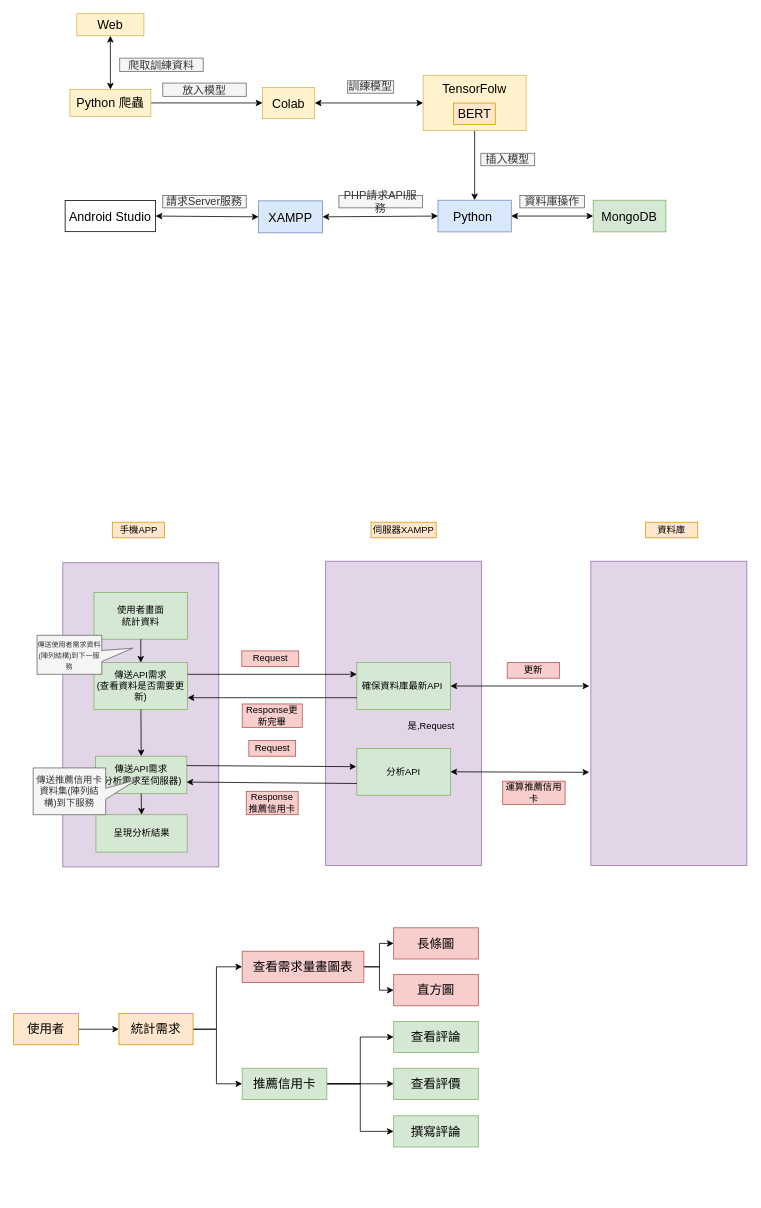
The draw.io diagram Untitled Diagram.drawio in a0935210570602/credit_card_analize_project, before the edit. Source tidied: cells renumbered, new cells numbered last; positions are measured from the earlier drawing's top-left corner, leaving out a move shared by most shapes. Both pictures are drawn from the tidied source at 78%, with x=0, y=0 at pixel (13, 13).
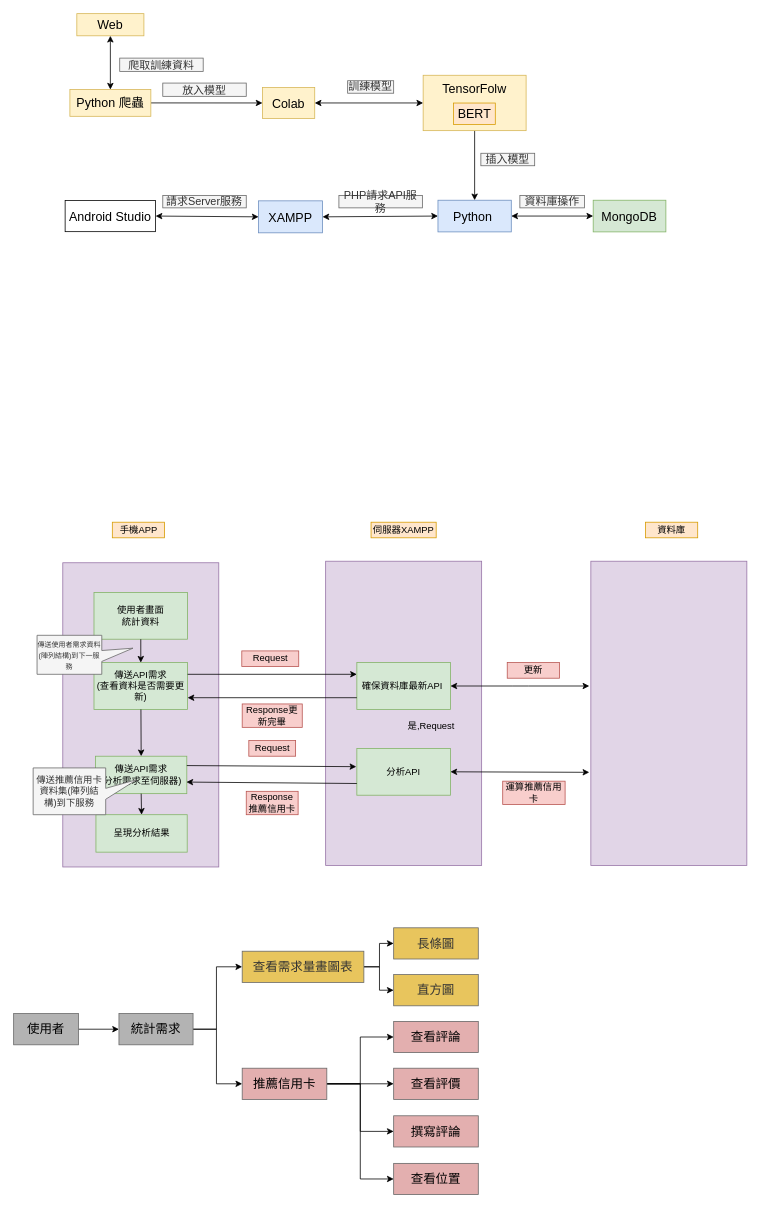
The same page after the edit.

Diff of the diagram source:
```diff
@@
-    <mxCell id="33" value="&lt;font style=&quot;font-size: 16px&quot;&gt;使用者&lt;/font&gt;" style="rounded=0;whiteSpace=wrap;html=1;fillColor=#ffe6cc;strokeColor=#d79b00;" parent="1" vertex="1">
+    <mxCell id="33" value="&lt;font style=&quot;font-size: 16px&quot;&gt;使用者&lt;/font&gt;" style="rounded=0;whiteSpace=wrap;html=1;strokeColor=#666666;fillColor=#B3B3B3;" parent="1" vertex="1">
       <mxGeometry y="1282" width="83" height="40" as="geometry" />
     </mxCell>
@@
-    <mxCell id="36" value="&lt;span style=&quot;font-size: 16px&quot;&gt;統計需求&lt;/span&gt;" style="rounded=0;whiteSpace=wrap;html=1;fillColor=#ffe6cc;strokeColor=#d79b00;" parent="1" vertex="1">
+    <mxCell id="36" value="&lt;span style=&quot;font-size: 16px&quot;&gt;統計需求&lt;/span&gt;" style="rounded=0;whiteSpace=wrap;html=1;strokeColor=#666666;fillColor=#B3B3B3;" parent="1" vertex="1">
       <mxGeometry x="135" y="1282" width="95" height="40" as="geometry" />
     </mxCell>
@@
-    <mxCell id="39" value="&lt;span style=&quot;font-size: 16px&quot;&gt;查看需求量畫圖表&lt;/span&gt;" style="rounded=0;whiteSpace=wrap;html=1;fillColor=#f8cecc;strokeColor=#b85450;" parent="1" vertex="1">
+    <mxCell id="39" value="&lt;span style=&quot;font-size: 16px&quot;&gt;查看需求量畫圖表&lt;/span&gt;" style="rounded=0;whiteSpace=wrap;html=1;strokeColor=#666666;fontColor=#333333;fillColor=#E8C55D;" parent="1" vertex="1">
       <mxGeometry x="293" y="1202" width="156" height="40" as="geometry" />
     </mxCell>
@@
+    <mxCell id="73" style="edgeStyle=orthogonalEdgeStyle;rounded=0;jettySize=auto;html=1;exitX=1;exitY=0.5;exitDx=0;exitDy=0;entryX=0;entryY=0.5;entryDx=0;entryDy=0;" parent="1" edge="1" source="43" target="74">
+      <mxGeometry relative="1" as="geometry" />
+    </mxCell>
-    <mxCell id="43" value="&lt;span style=&quot;font-size: 16px&quot;&gt;推薦信用卡&lt;/span&gt;" style="rounded=0;whiteSpace=wrap;html=1;fillColor=#d5e8d4;strokeColor=#82b366;" parent="1" vertex="1">
+    <mxCell id="43" value="&lt;span style=&quot;font-size: 16px&quot;&gt;推薦信用卡&lt;/span&gt;" style="rounded=0;whiteSpace=wrap;html=1;fillColor=#E3AFAF;strokeColor=#666666;" parent="1" vertex="1">
       <mxGeometry x="293" y="1352" width="108.5" height="40" as="geometry" />
     </mxCell>
-    <mxCell id="44" value="&lt;span style=&quot;font-size: 16px&quot;&gt;長條圖&lt;/span&gt;" style="rounded=0;whiteSpace=wrap;html=1;fillColor=#f8cecc;strokeColor=#b85450;" parent="1" vertex="1">
+    <mxCell id="44" value="&lt;span style=&quot;font-size: 16px&quot;&gt;長條圖&lt;/span&gt;" style="rounded=0;whiteSpace=wrap;html=1;strokeColor=#666666;fontColor=#333333;fillColor=#E8C55D;" parent="1" vertex="1">
       <mxGeometry x="487.2" y="1172" width="108.5" height="40" as="geometry" />
     </mxCell>
-    <mxCell id="45" value="&lt;span style=&quot;font-size: 16px&quot;&gt;直方圖&lt;/span&gt;" style="rounded=0;whiteSpace=wrap;html=1;fillColor=#f8cecc;strokeColor=#b85450;" parent="1" vertex="1">
+    <mxCell id="45" value="&lt;span style=&quot;font-size: 16px&quot;&gt;直方圖&lt;/span&gt;" style="rounded=0;whiteSpace=wrap;html=1;fontColor=#333333;fillColor=#E8C55D;strokeColor=#666666;" parent="1" vertex="1">
       <mxGeometry x="487.2" y="1232" width="108.5" height="40" as="geometry" />
     </mxCell>
-    <mxCell id="46" value="&lt;span style=&quot;font-size: 16px&quot;&gt;查看評論&lt;/span&gt;" style="rounded=0;whiteSpace=wrap;html=1;fillColor=#d5e8d4;strokeColor=#82b366;" parent="1" vertex="1">
+    <mxCell id="46" value="&lt;span style=&quot;font-size: 16px&quot;&gt;查看評論&lt;/span&gt;" style="rounded=0;whiteSpace=wrap;html=1;strokeColor=#666666;fillColor=#E3AFAF;" parent="1" vertex="1">
       <mxGeometry x="487.2" y="1292" width="108.5" height="40" as="geometry" />
     </mxCell>
-    <mxCell id="47" value="&lt;span style=&quot;font-size: 16px&quot;&gt;查看評價&lt;/span&gt;" style="rounded=0;whiteSpace=wrap;html=1;fillColor=#d5e8d4;strokeColor=#82b366;" parent="1" vertex="1">
+    <mxCell id="47" value="&lt;span style=&quot;font-size: 16px&quot;&gt;查看評價&lt;/span&gt;" style="rounded=0;whiteSpace=wrap;html=1;strokeColor=#666666;fillColor=#E3AFAF;" parent="1" vertex="1">
       <mxGeometry x="487.2" y="1352" width="108.5" height="40" as="geometry" />
     </mxCell>
-    <mxCell id="48" value="&lt;span style=&quot;font-size: 16px&quot;&gt;撰寫評論&lt;/span&gt;" style="rounded=0;whiteSpace=wrap;html=1;fillColor=#d5e8d4;strokeColor=#82b366;" parent="1" vertex="1">
+    <mxCell id="48" value="&lt;span style=&quot;font-size: 16px&quot;&gt;撰寫評論&lt;/span&gt;" style="rounded=0;whiteSpace=wrap;html=1;strokeColor=#666666;fillColor=#E3AFAF;" parent="1" vertex="1">
       <mxGeometry x="487.2" y="1413" width="108.5" height="40" as="geometry" />
     </mxCell>
@@
+    <mxCell id="74" value="&lt;span style=&quot;font-size: 16px&quot;&gt;查看位置&lt;/span&gt;" style="rounded=0;whiteSpace=wrap;html=1;strokeColor=#666666;fillColor=#E3AFAF;" parent="1" vertex="1">
+      <mxGeometry x="487.2" y="1474" width="108.5" height="40" as="geometry" />
+    </mxCell>
```
